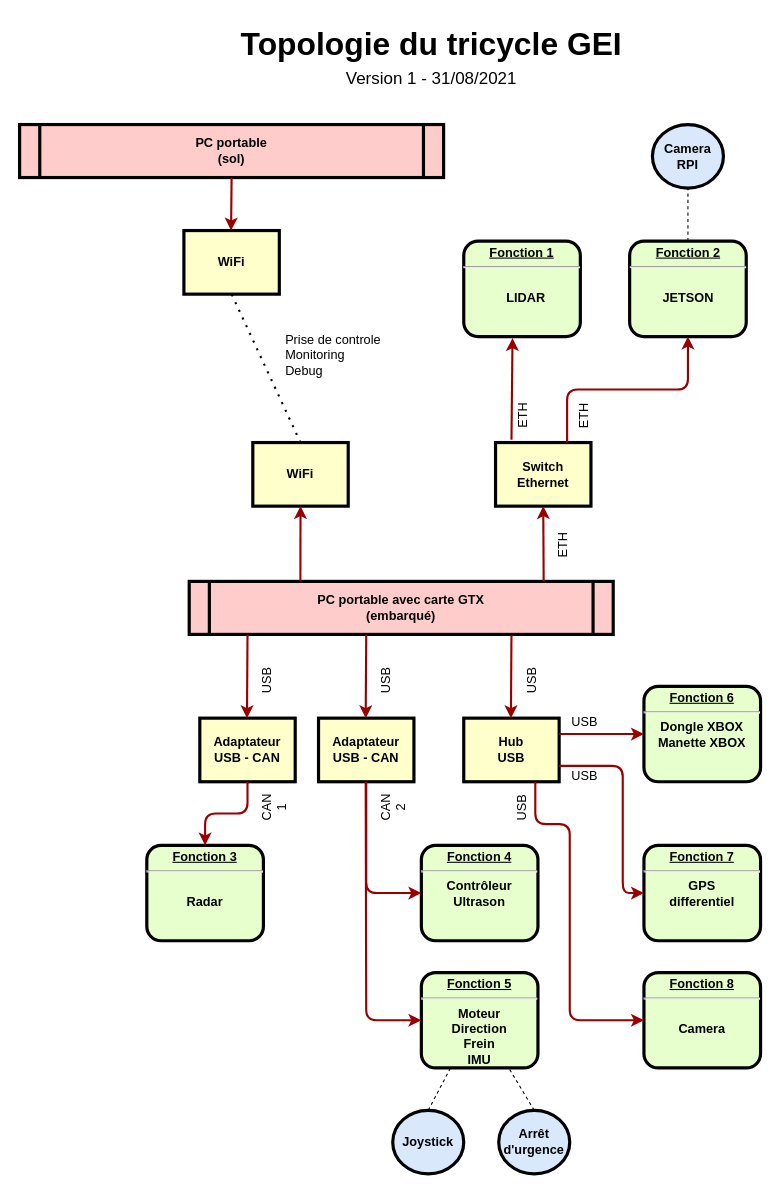
The draw.io diagram documentation/topologie.drawio in pehladik/geicar, before the edit. Source tidied: cells renumbered, new cells numbered last; positions are measured from the earlier drawing's top-left corner, leaving out a move shared by most shapes. Both pictures are drawn from the tidied source at 106%, with x=0, y=0 at pixel (19, 18).
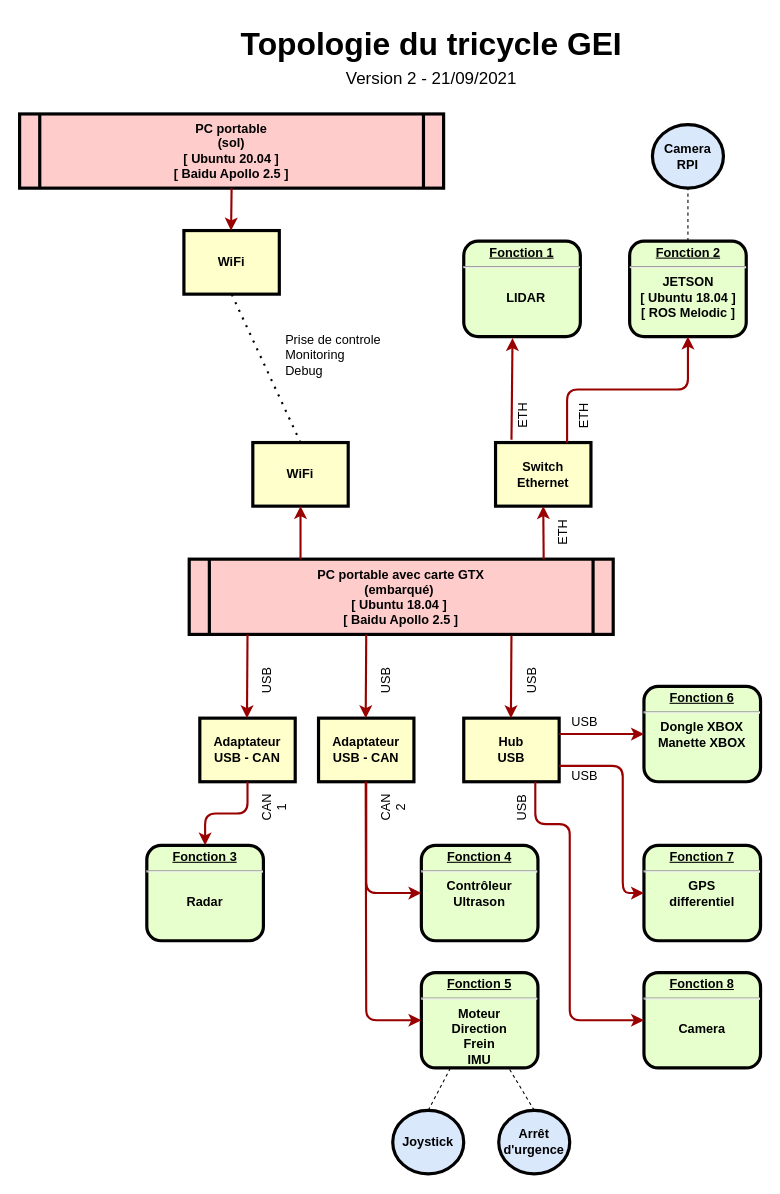
After the change.

Commit message (it also covers changes not shown here):
ajout des version d'OS et de ROS sur les diagrammes de topologie

Unchanged cells that the change refers to:
```xml
<mxCell id="44" value="WiFi" style="whiteSpace=wrap;align=center;verticalAlign=middle;fontStyle=1;strokeWidth=3;fillColor=#FFFFCC;" parent="1" vertex="1">
  <mxGeometry x="220" y="400" width="90" height="60" as="geometry" />
</mxCell>
```

The edit, as a diff of the source:
```diff
@@
-    <mxCell id="3" value="PC portable avec carte GTX &#10;(embarqué)" style="shape=process;whiteSpace=wrap;align=center;verticalAlign=middle;size=0.0475;fontStyle=1;strokeWidth=3;fillColor=#FFCCCC;" parent="1" vertex="1">
-      <mxGeometry x="160" y="531" width="400" height="50" as="geometry" />
+    <mxCell id="3" value="PC portable avec carte GTX &#10;(embarqué) &#10;[ Ubuntu 18.04 ] &#10;[ Baidu Apollo 2.5 ]" style="shape=process;whiteSpace=wrap;align=center;verticalAlign=middle;size=0.0475;fontStyle=1;strokeWidth=3;fillColor=#FFCCCC;" parent="1" vertex="1">
+      <mxGeometry x="160" y="510" width="400" height="71" as="geometry" />
     </mxCell>
@@
-    <mxCell id="5" value="&lt;p style=&quot;margin: 0px ; margin-top: 4px ; text-align: center ; text-decoration: underline&quot;&gt;&lt;strong&gt;&lt;strong&gt;Fonction 2&lt;/strong&gt;&lt;br&gt;&lt;/strong&gt;&lt;/p&gt;&lt;hr&gt;&lt;div&gt;&lt;br&gt;&lt;/div&gt;&lt;div&gt;JETSON&lt;/div&gt;" style="verticalAlign=middle;align=center;overflow=fill;fontSize=12;fontFamily=Helvetica;html=1;rounded=1;fontStyle=1;strokeWidth=3;fillColor=#E6FFCC;" parent="1" vertex="1">
+    <mxCell id="5" value="&lt;p style=&quot;margin: 0px ; margin-top: 4px ; text-align: center ; text-decoration: underline&quot;&gt;&lt;strong&gt;&lt;strong&gt;Fonction 2&lt;/strong&gt;&lt;br&gt;&lt;/strong&gt;&lt;/p&gt;&lt;hr&gt;&lt;div&gt;&lt;span&gt;JETSON&lt;/span&gt;&lt;br&gt;&lt;/div&gt;&lt;div&gt;[ Ubuntu 18.04 ]&lt;br&gt;[ ROS Melodic ]&lt;/div&gt;" style="verticalAlign=middle;align=center;overflow=fill;fontSize=12;fontFamily=Helvetica;html=1;rounded=1;fontStyle=1;strokeWidth=3;fillColor=#E6FFCC;" parent="1" vertex="1">
       <mxGeometry x="575.5" y="210" width="110" height="90" as="geometry" />
     </mxCell>
@@
     <mxCell id="30" value="&lt;div&gt;ETH&lt;/div&gt;" style="text;whiteSpace=wrap;html=1;rotation=-90;" parent="1" vertex="1">
-      <mxGeometry x="499" y="482" width="29" height="29" as="geometry" />
+      <mxGeometry x="499" y="470" width="29" height="29" as="geometry" />
     </mxCell>
@@
-    <mxCell id="45" style="edgeStyle=elbowEdgeStyle;elbow=horizontal;strokeColor=#990000;strokeWidth=2;entryX=0.5;entryY=1;entryDx=0;entryDy=0;exitX=0.836;exitY=0.001;exitDx=0;exitDy=0;exitPerimeter=0;" parent="1" edge="1">
+    <mxCell id="45" style="edgeStyle=elbowEdgeStyle;elbow=horizontal;strokeColor=#990000;strokeWidth=2;entryX=0.5;entryY=1;entryDx=0;entryDy=0;" parent="1" edge="1" target="44">
       <mxGeometry relative="1" as="geometry">
-        <mxPoint x="264.9" y="531" as="sourcePoint" />
-        <mxPoint x="264.5" y="459.9" as="targetPoint" />
+        <mxPoint x="265" y="510" as="sourcePoint" />
+        <Array as="points">
+          <mxPoint x="265" y="490" />
+        </Array>
       </mxGeometry>
     </mxCell>
-    <mxCell id="46" value="PC portable &#10;(sol)" style="shape=process;whiteSpace=wrap;align=center;verticalAlign=middle;size=0.0475;fontStyle=1;strokeWidth=3;fillColor=#FFCCCC;" parent="1" vertex="1">
-      <mxGeometry y="100" width="400" height="50" as="geometry" />
+    <mxCell id="46" value="PC portable &#10;(sol)&#10;[ Ubuntu 20.04 ]&#10;[ Baidu Apollo 2.5 ]" style="shape=process;whiteSpace=wrap;align=center;verticalAlign=middle;size=0.0475;fontStyle=1;strokeWidth=3;fillColor=#FFCCCC;" parent="1" vertex="1">
+      <mxGeometry y="90" width="400" height="70" as="geometry" />
     </mxCell>
@@
-    <mxCell id="51" value="&lt;div style=&quot;font-size: 20px&quot; align=&quot;center&quot;&gt;&lt;font style=&quot;font-size: 20px&quot;&gt;&lt;b&gt;&lt;font style=&quot;font-size: 30px&quot;&gt;Topologie du tricycle GEI&lt;/font&gt;&lt;br&gt;&lt;/b&gt;&lt;font style=&quot;font-size: 16px&quot;&gt;Version 1 - 31/08/2021&lt;/font&gt;&lt;b&gt;&lt;br&gt;&lt;/b&gt;&lt;/font&gt;&lt;/div&gt;" style="text;whiteSpace=wrap;html=1;rotation=0;" parent="1" vertex="1">
+    <mxCell id="51" value="&lt;div style=&quot;font-size: 20px&quot; align=&quot;center&quot;&gt;&lt;font style=&quot;font-size: 20px&quot;&gt;&lt;b&gt;&lt;font style=&quot;font-size: 30px&quot;&gt;Topologie du tricycle GEI&lt;/font&gt;&lt;br&gt;&lt;/b&gt;&lt;font style=&quot;font-size: 16px&quot;&gt;Version 2 - 21/09/2021&lt;/font&gt;&lt;b&gt;&lt;br&gt;&lt;/b&gt;&lt;/font&gt;&lt;/div&gt;" style="text;whiteSpace=wrap;html=1;rotation=0;" parent="1" vertex="1">
       <mxGeometry x="207" width="390" height="60" as="geometry" />
     </mxCell>
```
